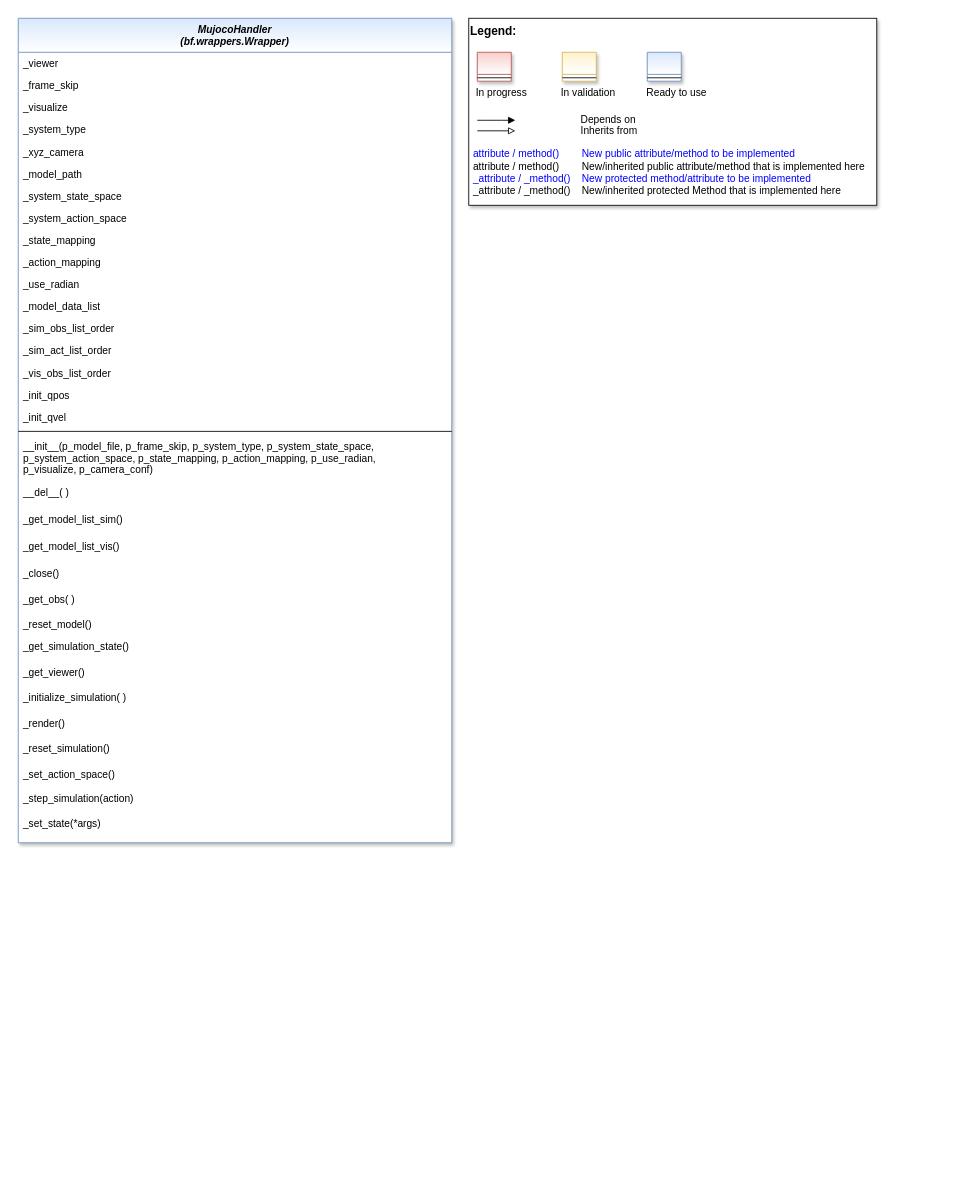
Earlier version of the draw.io diagram doc/rtd/content/04_appendices/appendix2/sub/wrappers/images/MLPro-Wrappers-Mujoco.drawio (fhswf/MLPro). Source tidied: cells renumbered, new cells numbered last; positions are measured from the earlier drawing's top-left corner, leaving out a move shared by most shapes. Both pictures are drawn from the tidied source at 85%, with x=0, y=0 at pixel (18, 18).
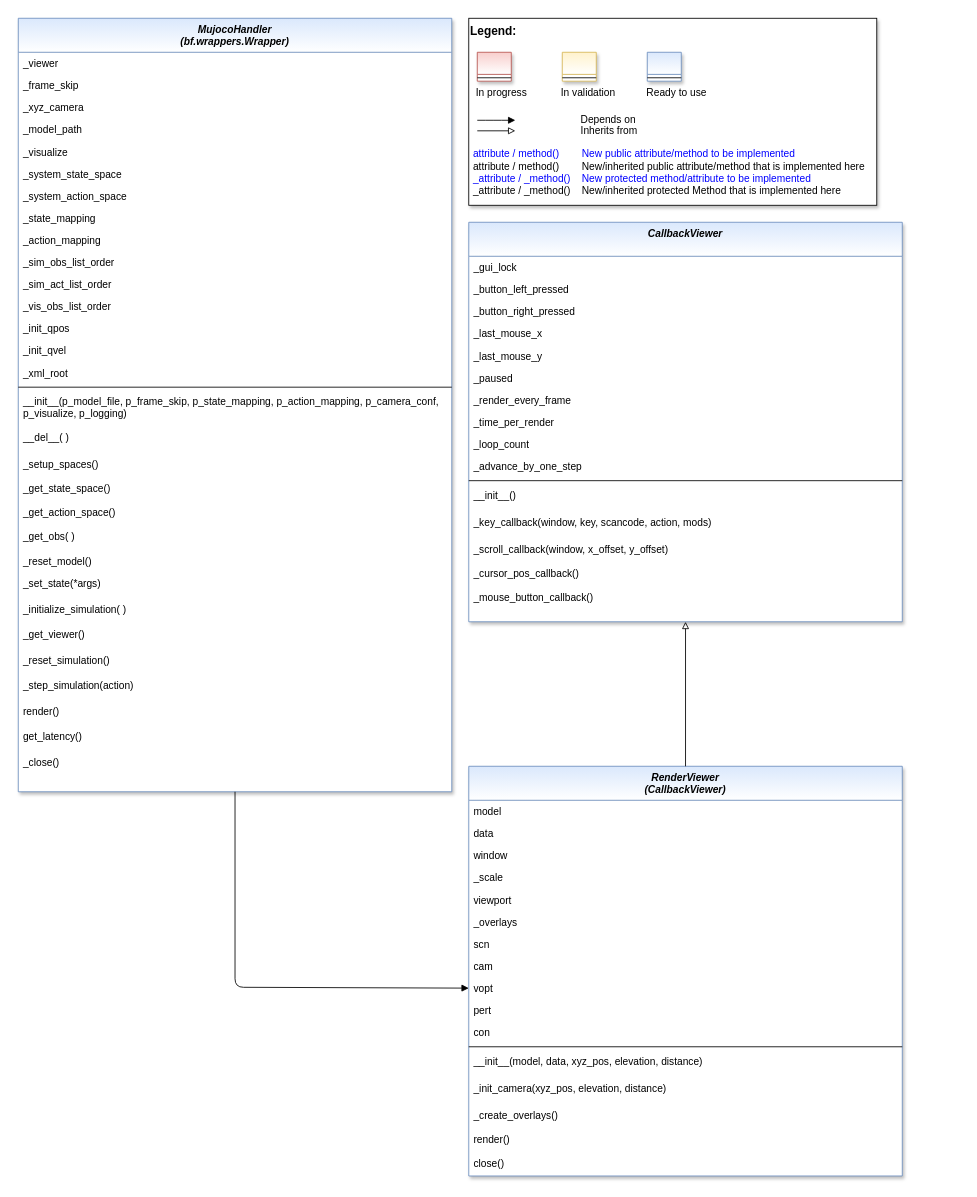
After the change.

Commit message (it also covers changes not shown here):
update MuJoCo diagram

Diff of the diagram source:
```diff
@@
     <mxCell id="2" style="group;" parent="1" vertex="1">
-      <mxGeometry x="530" width="530" height="1050" as="geometry" />
+      <mxGeometry x="530" width="580" height="1210" as="geometry" />
     </mxCell>
@@
+    <mxCell id="46" value="CallbackViewer" style="swimlane;fontStyle=3;align=center;verticalAlign=top;horizontal=1;startSize=40;rounded=0;shadow=1;strokeWidth=1;fillColor=#dae8fc;strokeColor=#6c8ebf;gradientColor=#ffffff;swimlaneFillColor=#ffffff;" parent="2" vertex="1">
+      <mxGeometry y="240" width="510" height="470" as="geometry" />
+    </mxCell>
+    <mxCell id="47" value="_gui_lock" style="text;align=left;verticalAlign=top;spacingLeft=4;spacingRight=4;overflow=hidden;" parent="46" vertex="1">
+      <mxGeometry y="40" width="510" height="26" as="geometry" />
+    </mxCell>
+    <mxCell id="48" value="_button_left_pressed" style="text;align=left;verticalAlign=top;spacingLeft=4;spacingRight=4;overflow=hidden;" parent="46" vertex="1">
+      <mxGeometry y="66" width="510" height="26" as="geometry" />
+    </mxCell>
+    <mxCell id="49" value="_button_right_pressed" style="text;align=left;verticalAlign=top;spacingLeft=4;spacingRight=4;overflow=hidden;" parent="46" vertex="1">
+      <mxGeometry y="92" width="510" height="26" as="geometry" />
+    </mxCell>
+    <mxCell id="50" value="_last_mouse_x" style="text;align=left;verticalAlign=top;spacingLeft=4;spacingRight=4;overflow=hidden;" parent="46" vertex="1">
+      <mxGeometry y="118" width="510" height="26" as="geometry" />
+    </mxCell>
+    <mxCell id="51" value="_last_mouse_y" style="text;align=left;verticalAlign=top;spacingLeft=4;spacingRight=4;overflow=hidden;" parent="46" vertex="1">
+      <mxGeometry y="144" width="510" height="26" as="geometry" />
+    </mxCell>
+    <mxCell id="52" value="_paused" style="text;align=left;verticalAlign=top;spacingLeft=4;spacingRight=4;overflow=hidden;" parent="46" vertex="1">
+      <mxGeometry y="170" width="510" height="26" as="geometry" />
+    </mxCell>
+    <mxCell id="53" value="_render_every_frame" style="text;align=left;verticalAlign=top;spacingLeft=4;spacingRight=4;overflow=hidden;" parent="46" vertex="1">
+      <mxGeometry y="196" width="510" height="26" as="geometry" />
+    </mxCell>
+    <mxCell id="54" value="_time_per_render" style="text;align=left;verticalAlign=top;spacingLeft=4;spacingRight=4;overflow=hidden;" parent="46" vertex="1">
+      <mxGeometry y="222" width="510" height="26" as="geometry" />
+    </mxCell>
+    <mxCell id="55" value="_loop_count" style="text;align=left;verticalAlign=top;spacingLeft=4;spacingRight=4;overflow=hidden;" parent="46" vertex="1">
+      <mxGeometry y="248" width="510" height="26" as="geometry" />
+    </mxCell>
+    <mxCell id="56" value="_advance_by_one_step" style="text;align=left;verticalAlign=top;spacingLeft=4;spacingRight=4;overflow=hidden;" parent="46" vertex="1">
+      <mxGeometry y="274" width="510" height="26" as="geometry" />
+    </mxCell>
+    <mxCell id="57" style="line;html=1;strokeWidth=1;align=left;verticalAlign=middle;spacingTop=-1;spacingLeft=3;spacingRight=3;labelPosition=right;" parent="46" vertex="1">
+      <mxGeometry y="300" width="510" height="8" as="geometry" />
+    </mxCell>
+    <mxCell id="58" value="__init__()" style="text;align=left;verticalAlign=top;spacingLeft=4;spacingRight=4;overflow=hidden;" parent="46" vertex="1">
+      <mxGeometry y="308" width="510" height="32" as="geometry" />
+    </mxCell>
+    <mxCell id="59" value="_key_callback(window, key, scancode, action, mods)" style="text;align=left;verticalAlign=top;spacingLeft=4;spacingRight=4;overflow=hidden;" parent="46" vertex="1">
+      <mxGeometry y="340" width="510" height="32" as="geometry" />
+    </mxCell>
+    <mxCell id="60" value="_scroll_callback(window, x_offset, y_offset)" style="text;align=left;verticalAlign=top;spacingLeft=4;spacingRight=4;overflow=hidden;" parent="46" vertex="1">
+      <mxGeometry y="372" width="510" height="28" as="geometry" />
+    </mxCell>
+    <mxCell id="61" value="_cursor_pos_callback()" style="text;align=left;verticalAlign=top;spacingLeft=4;spacingRight=4;overflow=hidden;" parent="46" vertex="1">
+      <mxGeometry y="400" width="510" height="28" as="geometry" />
+    </mxCell>
+    <mxCell id="62" value="_mouse_button_callback()" style="text;align=left;verticalAlign=top;spacingLeft=4;spacingRight=4;overflow=hidden;" parent="46" vertex="1">
+      <mxGeometry y="428" width="510" height="28" as="geometry" />
+    </mxCell>
+    <mxCell id="63" value="RenderViewer&#10;(CallbackViewer)" style="swimlane;fontStyle=3;align=center;verticalAlign=top;horizontal=1;startSize=40;rounded=0;shadow=1;strokeWidth=1;fillColor=#dae8fc;strokeColor=#6c8ebf;gradientColor=#ffffff;swimlaneFillColor=#ffffff;" parent="2" vertex="1">
+      <mxGeometry y="880" width="510" height="482" as="geometry" />
+    </mxCell>
+    <mxCell id="64" value="model" style="text;align=left;verticalAlign=top;spacingLeft=4;spacingRight=4;overflow=hidden;" parent="63" vertex="1">
+      <mxGeometry y="40" width="510" height="26" as="geometry" />
+    </mxCell>
+    <mxCell id="65" value="data" style="text;align=left;verticalAlign=top;spacingLeft=4;spacingRight=4;overflow=hidden;" parent="63" vertex="1">
+      <mxGeometry y="66" width="510" height="26" as="geometry" />
+    </mxCell>
+    <mxCell id="66" value="window" style="text;align=left;verticalAlign=top;spacingLeft=4;spacingRight=4;overflow=hidden;" parent="63" vertex="1">
+      <mxGeometry y="92" width="510" height="26" as="geometry" />
+    </mxCell>
+    <mxCell id="67" value="_scale" style="text;align=left;verticalAlign=top;spacingLeft=4;spacingRight=4;overflow=hidden;" parent="63" vertex="1">
+      <mxGeometry y="118" width="510" height="26" as="geometry" />
+    </mxCell>
+    <mxCell id="68" value="viewport" style="text;align=left;verticalAlign=top;spacingLeft=4;spacingRight=4;overflow=hidden;" parent="63" vertex="1">
+      <mxGeometry y="144" width="510" height="26" as="geometry" />
+    </mxCell>
+    <mxCell id="69" value="_overlays" style="text;align=left;verticalAlign=top;spacingLeft=4;spacingRight=4;overflow=hidden;" parent="63" vertex="1">
+      <mxGeometry y="170" width="510" height="26" as="geometry" />
+    </mxCell>
+    <mxCell id="70" value="scn" style="text;align=left;verticalAlign=top;spacingLeft=4;spacingRight=4;overflow=hidden;" parent="63" vertex="1">
+      <mxGeometry y="196" width="510" height="26" as="geometry" />
+    </mxCell>
+    <mxCell id="71" value="cam" style="text;align=left;verticalAlign=top;spacingLeft=4;spacingRight=4;overflow=hidden;" parent="63" vertex="1">
+      <mxGeometry y="222" width="510" height="26" as="geometry" />
+    </mxCell>
+    <mxCell id="72" value="vopt" style="text;align=left;verticalAlign=top;spacingLeft=4;spacingRight=4;overflow=hidden;points=[[0,0.5],[1,0.5]];portConstraint=eastwest;" parent="63" vertex="1">
+      <mxGeometry y="248" width="510" height="26" as="geometry" />
+    </mxCell>
+    <mxCell id="73" value="pert" style="text;align=left;verticalAlign=top;spacingLeft=4;spacingRight=4;overflow=hidden;" parent="63" vertex="1">
+      <mxGeometry y="274" width="510" height="26" as="geometry" />
+    </mxCell>
+    <mxCell id="74" value="con" style="text;align=left;verticalAlign=top;spacingLeft=4;spacingRight=4;overflow=hidden;" parent="63" vertex="1">
+      <mxGeometry y="300" width="510" height="26" as="geometry" />
+    </mxCell>
+    <mxCell id="75" style="line;html=1;strokeWidth=1;align=left;verticalAlign=middle;spacingTop=-1;spacingLeft=3;spacingRight=3;labelPosition=right;" parent="63" vertex="1">
+      <mxGeometry y="326" width="510" height="8" as="geometry" />
+    </mxCell>
+    <mxCell id="76" value="__init__(model, data, xyz_pos, elevation, distance)" style="text;align=left;verticalAlign=top;spacingLeft=4;spacingRight=4;overflow=hidden;" parent="63" vertex="1">
+      <mxGeometry y="334" width="510" height="32" as="geometry" />
+    </mxCell>
+    <mxCell id="77" value="_init_camera(xyz_pos, elevation, distance)" style="text;align=left;verticalAlign=top;spacingLeft=4;spacingRight=4;overflow=hidden;" parent="63" vertex="1">
+      <mxGeometry y="366" width="510" height="32" as="geometry" />
+    </mxCell>
+    <mxCell id="78" value="_create_overlays()" style="text;align=left;verticalAlign=top;spacingLeft=4;spacingRight=4;overflow=hidden;" parent="63" vertex="1">
+      <mxGeometry y="398" width="510" height="28" as="geometry" />
+    </mxCell>
+    <mxCell id="79" value="render()" style="text;align=left;verticalAlign=top;spacingLeft=4;spacingRight=4;overflow=hidden;" parent="63" vertex="1">
+      <mxGeometry y="426" width="510" height="28" as="geometry" />
+    </mxCell>
+    <mxCell id="80" value="close()" style="text;align=left;verticalAlign=top;spacingLeft=4;spacingRight=4;overflow=hidden;" parent="63" vertex="1">
+      <mxGeometry y="454" width="510" height="28" as="geometry" />
+    </mxCell>
+    <mxCell id="81" style="endArrow=block;html=1;labelPosition=right;verticalLabelPosition=middle;align=left;verticalAlign=middle;endFill=0;fontSize=12;exitX=0.5;exitY=0;exitDx=0;exitDy=0;entryX=0.5;entryY=1;entryDx=0;entryDy=0;" parent="2" edge="1" source="63" target="46">
+      <mxGeometry x="-2110" y="-1672.4" as="geometry">
+        <mxPoint x="98" y="1" as="offset" />
+      </mxGeometry>
+    </mxCell>
     <mxCell id="12" value="MujocoHandler&#10;(bf.wrappers.Wrapper)" style="swimlane;fontStyle=3;align=center;verticalAlign=top;horizontal=1;startSize=40;rounded=0;shadow=1;strokeWidth=1;fillColor=#dae8fc;strokeColor=#6c8ebf;gradientColor=#ffffff;swimlaneFillColor=#ffffff;" parent="1" vertex="1">
-      <mxGeometry width="510" height="970" as="geometry" />
+      <mxGeometry width="510" height="910" as="geometry" />
     </mxCell>
@@
-    <mxCell id="15" value="_visualize" style="text;align=left;verticalAlign=top;spacingLeft=4;spacingRight=4;overflow=hidden;" parent="12" vertex="1">
-      <mxGeometry y="92" width="510" height="26" as="geometry" />
-    </mxCell>
-    <mxCell id="16" value="_system_type" style="text;align=left;verticalAlign=top;spacingLeft=4;spacingRight=4;overflow=hidden;" parent="12" vertex="1">
-      <mxGeometry y="118" width="510" height="26" as="geometry" />
-    </mxCell>
     <mxCell id="17" value="_xyz_camera" style="text;align=left;verticalAlign=top;spacingLeft=4;spacingRight=4;overflow=hidden;" parent="12" vertex="1">
-      <mxGeometry y="144" width="510" height="26" as="geometry" />
+      <mxGeometry y="92" width="510" height="26" as="geometry" />
     </mxCell>
     <mxCell id="18" value="_model_path" style="text;align=left;verticalAlign=top;spacingLeft=4;spacingRight=4;overflow=hidden;" parent="12" vertex="1">
-      <mxGeometry y="170" width="510" height="26" as="geometry" />
+      <mxGeometry y="118" width="510" height="26" as="geometry" />
     </mxCell>
+    <mxCell id="15" value="_visualize" style="text;align=left;verticalAlign=top;spacingLeft=4;spacingRight=4;overflow=hidden;" parent="12" vertex="1">
+      <mxGeometry y="144" width="510" height="26" as="geometry" />
+    </mxCell>
     <mxCell id="19" value="_system_state_space" style="text;align=left;verticalAlign=top;spacingLeft=4;spacingRight=4;overflow=hidden;" parent="12" vertex="1">
-      <mxGeometry y="196" width="510" height="26" as="geometry" />
+      <mxGeometry y="170" width="510" height="26" as="geometry" />
     </mxCell>
     <mxCell id="20" value="_system_action_space" style="text;align=left;verticalAlign=top;spacingLeft=4;spacingRight=4;overflow=hidden;" parent="12" vertex="1">
-      <mxGeometry y="222" width="510" height="26" as="geometry" />
+      <mxGeometry y="196" width="510" height="26" as="geometry" />
     </mxCell>
     <mxCell id="21" value="_state_mapping" style="text;align=left;verticalAlign=top;spacingLeft=4;spacingRight=4;overflow=hidden;" parent="12" vertex="1">
-      <mxGeometry y="248" width="510" height="26" as="geometry" />
+      <mxGeometry y="222" width="510" height="26" as="geometry" />
     </mxCell>
     <mxCell id="22" value="_action_mapping" style="text;align=left;verticalAlign=top;spacingLeft=4;spacingRight=4;overflow=hidden;" parent="12" vertex="1">
-      <mxGeometry y="274" width="510" height="26" as="geometry" />
+      <mxGeometry y="248" width="510" height="26" as="geometry" />
     </mxCell>
-    <mxCell id="23" value="_use_radian" style="text;align=left;verticalAlign=top;spacingLeft=4;spacingRight=4;overflow=hidden;" parent="12" vertex="1">
-      <mxGeometry y="300" width="510" height="26" as="geometry" />
-    </mxCell>
-    <mxCell id="24" value="_model_data_list" style="text;align=left;verticalAlign=top;spacingLeft=4;spacingRight=4;overflow=hidden;" parent="12" vertex="1">
-      <mxGeometry y="326" width="510" height="26" as="geometry" />
-    </mxCell>
     <mxCell id="25" value="_sim_obs_list_order" style="text;align=left;verticalAlign=top;spacingLeft=4;spacingRight=4;overflow=hidden;" parent="12" vertex="1">
-      <mxGeometry y="352" width="510" height="26" as="geometry" />
+      <mxGeometry y="274" width="510" height="26" as="geometry" />
     </mxCell>
     <mxCell id="26" value="_sim_act_list_order" style="text;align=left;verticalAlign=top;spacingLeft=4;spacingRight=4;overflow=hidden;" parent="12" vertex="1">
-      <mxGeometry y="378" width="510" height="26" as="geometry" />
+      <mxGeometry y="300" width="510" height="26" as="geometry" />
     </mxCell>
     <mxCell id="27" value="_vis_obs_list_order" style="text;align=left;verticalAlign=top;spacingLeft=4;spacingRight=4;overflow=hidden;" parent="12" vertex="1">
-      <mxGeometry y="404" width="510" height="26" as="geometry" />
+      <mxGeometry y="326" width="510" height="26" as="geometry" />
     </mxCell>
     <mxCell id="28" value="_init_qpos" style="text;align=left;verticalAlign=top;spacingLeft=4;spacingRight=4;overflow=hidden;" parent="12" vertex="1">
-      <mxGeometry y="430" width="510" height="26" as="geometry" />
+      <mxGeometry y="352" width="510" height="26" as="geometry" />
     </mxCell>
     <mxCell id="29" value="_init_qvel" style="text;align=left;verticalAlign=top;spacingLeft=4;spacingRight=4;overflow=hidden;" parent="12" vertex="1">
-      <mxGeometry y="456" width="510" height="26" as="geometry" />
+      <mxGeometry y="378" width="510" height="26" as="geometry" />
     </mxCell>
+    <mxCell id="82" value="_xml_root" style="text;align=left;verticalAlign=top;spacingLeft=4;spacingRight=4;overflow=hidden;" parent="12" vertex="1">
+      <mxGeometry y="404" width="510" height="26" as="geometry" />
+    </mxCell>
     <mxCell id="30" style="line;html=1;strokeWidth=1;align=left;verticalAlign=middle;spacingTop=-1;spacingLeft=3;spacingRight=3;labelPosition=right;" parent="12" vertex="1">
-      <mxGeometry y="482" width="510" height="8" as="geometry" />
+      <mxGeometry y="430" width="510" height="8" as="geometry" />
     </mxCell>
-    <mxCell id="31" value="__init__(p_model_file, p_frame_skip, p_system_type, p_system_state_space, &#10;p_system_action_space, p_state_mapping, p_action_mapping, p_use_radian, &#10;p_visualize, p_camera_conf)" style="text;align=left;verticalAlign=top;spacingLeft=4;spacingRight=4;overflow=hidden;" parent="12" vertex="1">
-      <mxGeometry y="490" width="510" height="54" as="geometry" />
+    <mxCell id="31" value="__init__(p_model_file, p_frame_skip, p_state_mapping, p_action_mapping, p_camera_conf, &#10;p_visualize, p_logging)" style="text;align=left;verticalAlign=top;spacingLeft=4;spacingRight=4;overflow=hidden;" parent="12" vertex="1">
+      <mxGeometry y="438" width="510" height="42" as="geometry" />
     </mxCell>
     <mxCell id="32" value="__del__( )" style="text;align=left;verticalAlign=top;spacingLeft=4;spacingRight=4;overflow=hidden;" parent="12" vertex="1">
-      <mxGeometry y="544" width="510" height="32" as="geometry" />
+      <mxGeometry y="480" width="510" height="32" as="geometry" />
     </mxCell>
-    <mxCell id="33" value="_get_model_list_sim()" style="text;align=left;verticalAlign=top;spacingLeft=4;spacingRight=4;overflow=hidden;" parent="12" vertex="1">
-      <mxGeometry y="576" width="510" height="32" as="geometry" />
-    </mxCell>
-    <mxCell id="34" value="_get_model_list_vis()" style="text;align=left;verticalAlign=top;spacingLeft=4;spacingRight=4;overflow=hidden;" parent="12" vertex="1">
-      <mxGeometry y="608" width="510" height="32" as="geometry" />
-    </mxCell>
-    <mxCell id="35" value="_close()" style="text;align=left;verticalAlign=top;spacingLeft=4;spacingRight=4;overflow=hidden;" parent="12" vertex="1">
-      <mxGeometry y="640" width="510" height="30" as="geometry" />
-    </mxCell>
+    <mxCell id="83" value="_setup_spaces()" style="text;align=left;verticalAlign=top;spacingLeft=4;spacingRight=4;overflow=hidden;" parent="12" vertex="1">
+      <mxGeometry y="512" width="510" height="28" as="geometry" />
+    </mxCell>
+    <mxCell id="84" value="_get_state_space()" style="text;align=left;verticalAlign=top;spacingLeft=4;spacingRight=4;overflow=hidden;" parent="12" vertex="1">
+      <mxGeometry y="540" width="510" height="28" as="geometry" />
+    </mxCell>
+    <mxCell id="43" value="_get_action_space()" style="text;align=left;verticalAlign=top;spacingLeft=4;spacingRight=4;overflow=hidden;" parent="12" vertex="1">
+      <mxGeometry y="568" width="510" height="28" as="geometry" />
+    </mxCell>
     <mxCell id="36" value="_get_obs( )" style="text;align=left;verticalAlign=top;spacingLeft=4;spacingRight=4;overflow=hidden;fontColor=#000000;" parent="12" vertex="1">
-      <mxGeometry y="670" width="510" height="30" as="geometry" />
+      <mxGeometry y="596" width="510" height="30" as="geometry" />
     </mxCell>
     <mxCell id="37" value="_reset_model()" style="text;align=left;verticalAlign=top;spacingLeft=4;spacingRight=4;overflow=hidden;fontColor=#000000;" parent="12" vertex="1">
-      <mxGeometry y="700" width="510" height="26" as="geometry" />
+      <mxGeometry y="626" width="510" height="26" as="geometry" />
     </mxCell>
-    <mxCell id="38" value="_get_simulation_state()" style="text;align=left;verticalAlign=top;spacingLeft=4;spacingRight=4;overflow=hidden;" parent="12" vertex="1">
-      <mxGeometry y="726" width="510" height="30" as="geometry" />
-    </mxCell>
+    <mxCell id="45" value="_set_state(*args)" style="text;align=left;verticalAlign=top;spacingLeft=4;spacingRight=4;overflow=hidden;" parent="12" vertex="1">
+      <mxGeometry y="652" width="510" height="30" as="geometry" />
+    </mxCell>
+    <mxCell id="40" value="_initialize_simulation( )" style="text;align=left;verticalAlign=top;spacingLeft=4;spacingRight=4;overflow=hidden;" parent="12" vertex="1">
+      <mxGeometry y="682" width="510" height="30" as="geometry" />
+    </mxCell>
     <mxCell id="39" value="_get_viewer()" style="text;align=left;verticalAlign=top;spacingLeft=4;spacingRight=4;overflow=hidden;" parent="12" vertex="1">
-      <mxGeometry y="756" width="510" height="30" as="geometry" />
+      <mxGeometry y="712" width="510" height="30" as="geometry" />
     </mxCell>
-    <mxCell id="40" value="_initialize_simulation( )" style="text;align=left;verticalAlign=top;spacingLeft=4;spacingRight=4;overflow=hidden;" parent="12" vertex="1">
-      <mxGeometry y="786" width="510" height="30" as="geometry" />
-    </mxCell>
+    <mxCell id="42" value="_reset_simulation()" style="text;align=left;verticalAlign=top;spacingLeft=4;spacingRight=4;overflow=hidden;" parent="12" vertex="1">
+      <mxGeometry y="742" width="510" height="30" as="geometry" />
+    </mxCell>
+    <mxCell id="44" value="_step_simulation(action)" style="text;align=left;verticalAlign=top;spacingLeft=4;spacingRight=4;overflow=hidden;" parent="12" vertex="1">
+      <mxGeometry y="772" width="510" height="30" as="geometry" />
+    </mxCell>
-    <mxCell id="41" value="_render()" style="text;align=left;verticalAlign=top;spacingLeft=4;spacingRight=4;overflow=hidden;" parent="12" vertex="1">
-      <mxGeometry y="816" width="510" height="30" as="geometry" />
+    <mxCell id="41" value="render()" style="text;align=left;verticalAlign=top;spacingLeft=4;spacingRight=4;overflow=hidden;" parent="12" vertex="1">
+      <mxGeometry y="802" width="510" height="30" as="geometry" />
     </mxCell>
-    <mxCell id="42" value="_reset_simulation()" style="text;align=left;verticalAlign=top;spacingLeft=4;spacingRight=4;overflow=hidden;" parent="12" vertex="1">
-      <mxGeometry y="846" width="510" height="30" as="geometry" />
-    </mxCell>
-    <mxCell id="43" value="_set_action_space()" style="text;align=left;verticalAlign=top;spacingLeft=4;spacingRight=4;overflow=hidden;" parent="12" vertex="1">
-      <mxGeometry y="876" width="510" height="28" as="geometry" />
-    </mxCell>
-    <mxCell id="44" value="_step_simulation(action)" style="text;align=left;verticalAlign=top;spacingLeft=4;spacingRight=4;overflow=hidden;" parent="12" vertex="1">
-      <mxGeometry y="904" width="510" height="30" as="geometry" />
-    </mxCell>
-    <mxCell id="45" value="_set_state(*args)" style="text;align=left;verticalAlign=top;spacingLeft=4;spacingRight=4;overflow=hidden;" parent="12" vertex="1">
-      <mxGeometry y="934" width="510" height="30" as="geometry" />
-    </mxCell>
+    <mxCell id="85" value="get_latency()" style="text;align=left;verticalAlign=top;spacingLeft=4;spacingRight=4;overflow=hidden;" parent="12" vertex="1">
+      <mxGeometry y="832" width="510" height="30" as="geometry" />
+    </mxCell>
+    <mxCell id="35" value="_close()" style="text;align=left;verticalAlign=top;spacingLeft=4;spacingRight=4;overflow=hidden;" parent="12" vertex="1">
+      <mxGeometry y="862" width="510" height="30" as="geometry" />
+    </mxCell>
+    <mxCell id="86" style="endArrow=block;html=1;labelPosition=right;verticalLabelPosition=middle;align=left;verticalAlign=middle;endFill=1;fontSize=12;exitX=0.5;exitY=1;exitDx=0;exitDy=0;entryX=0;entryY=0.5;entryDx=0;entryDy=0;" parent="1" edge="1" source="12" target="72">
+      <mxGeometry as="geometry">
+        <Array as="points">
+          <mxPoint x="255" y="1140" />
+        </Array>
+        <mxPoint x="98" as="offset" />
+      </mxGeometry>
+    </mxCell>
```
